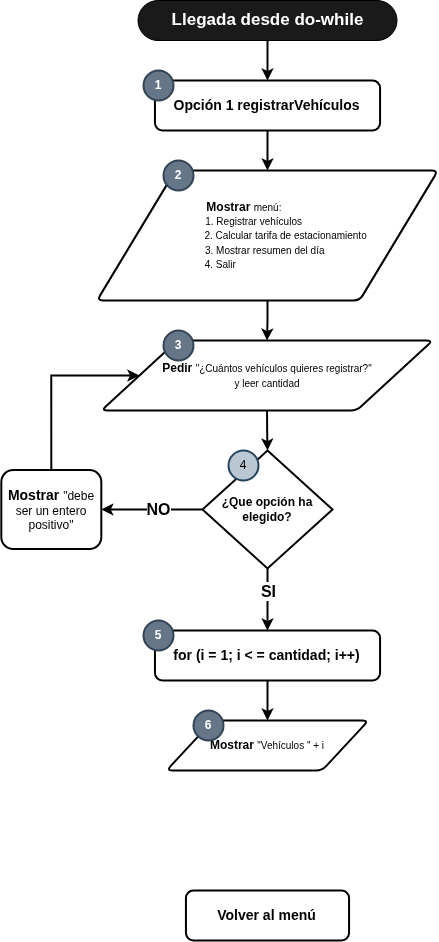
This is diagramas/diagrama3.drawio.png from Dhalsadev/parkin-dam, a draw.io export, as it was before one commit. Source tidied: cells renumbered, new cells last; positions are measured from the earlier drawing's top-left corner, leaving out a move shared by most shapes.
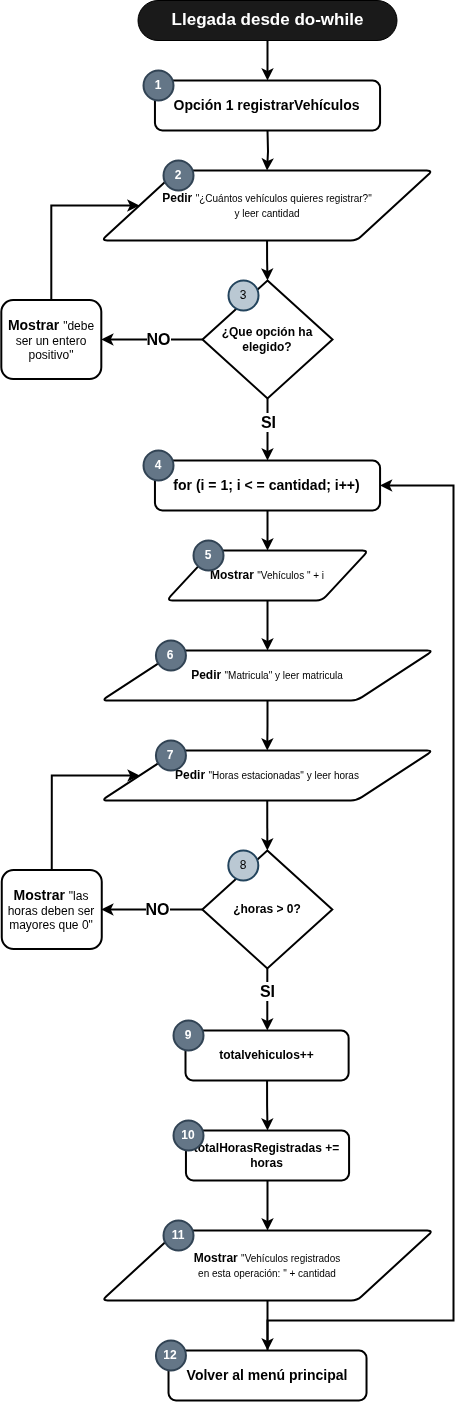
The same diagram one commit later.

Commit message:
Diagramas terminados

Change to the diagram source:
```diff
@@ -4,32 +4,23 @@
     <mxCell id="1" parent="0" />
     <mxCell id="2" style="edgeStyle=orthogonalEdgeStyle;rounded=0;jettySize=auto;html=1;exitX=0.5;exitY=0.5;exitDx=0;exitDy=20;exitPerimeter=0;entryX=0.5;entryY=0;entryDx=0;entryDy=0;fontStyle=1;fontSize=12;strokeWidth=2;" parent="1" edge="1" source="3">
       <mxGeometry relative="1" as="geometry">
-        <mxPoint x="266" y="80" as="targetPoint" />
+        <mxPoint x="266" y="250" as="targetPoint" />
       </mxGeometry>
     </mxCell>
     <mxCell id="3" value="&lt;b&gt;&lt;font style=&quot;font-size: 17px;&quot;&gt;Llegada desde do-while&lt;/font&gt;&lt;/b&gt;" style="html=1;dashed=0;whiteSpace=wrap;shape=mxgraph.dfd.start;fillColor=#1A1A1A;fontColor=#FFFFFF;" parent="1" vertex="1">
-      <mxGeometry x="136.5" width="259" height="40" as="geometry" />
+      <mxGeometry x="136.5" y="170" width="259" height="40" as="geometry" />
     </mxCell>
-    <mxCell id="4" style="edgeStyle=orthogonalEdgeStyle;rounded=0;jettySize=auto;html=1;exitX=0.5;exitY=1;exitDx=0;exitDy=0;entryX=0.5;entryY=0;entryDx=0;entryDy=0;strokeWidth=2;" parent="1" edge="1" source="5" target="10">
-      <mxGeometry relative="1" as="geometry" />
+    <mxCell id="4" style="edgeStyle=orthogonalEdgeStyle;rounded=0;jettySize=auto;html=1;exitX=0.5;exitY=1;exitDx=0;exitDy=0;entryX=0.5;entryY=0;entryDx=0;entryDy=0;strokeWidth=2;" parent="1" edge="1" target="10">
+      <mxGeometry relative="1" as="geometry">
+        <mxPoint x="266" y="300" as="sourcePoint" />
+      </mxGeometry>
     </mxCell>
-    <mxCell id="5" value="&lt;font style=&quot;&quot;&gt;&lt;b style=&quot;font-size: 12px;&quot;&gt;Mostrar &lt;/b&gt;&lt;font size=&quot;1&quot;&gt;menú:&amp;nbsp; &amp;nbsp; &amp;nbsp; &amp;nbsp; &amp;nbsp; &amp;nbsp; &amp;nbsp; &amp;nbsp; &amp;nbsp;&lt;br&gt;1. Registrar vehículos&amp;nbsp; &amp;nbsp; &amp;nbsp; &amp;nbsp; &amp;nbsp;&amp;nbsp;&lt;br&gt;&amp;nbsp; &amp;nbsp; &amp;nbsp; &amp;nbsp; &amp;nbsp; &amp;nbsp; &amp;nbsp;2. Calcular tarifa de estacionamiento&lt;br&gt;3. Mostrar resumen del día&amp;nbsp;&amp;nbsp;&lt;br&gt;4. Salir&amp;nbsp; &amp;nbsp; &amp;nbsp; &amp;nbsp; &amp;nbsp; &amp;nbsp; &amp;nbsp; &amp;nbsp; &amp;nbsp; &amp;nbsp; &amp;nbsp; &amp;nbsp; &amp;nbsp; &amp;nbsp; &amp;nbsp; &amp;nbsp; &amp;nbsp;&amp;nbsp;&lt;br&gt;&lt;/font&gt;&lt;/font&gt;" style="shape=parallelogram;html=1;strokeWidth=2;perimeter=parallelogramPerimeter;whiteSpace=wrap;rounded=1;arcSize=12;size=0.23;" parent="1" vertex="1">
-      <mxGeometry x="95.5" y="170" width="341" height="130" as="geometry" />
-    </mxCell>
-    <mxCell id="6" style="edgeStyle=orthogonalEdgeStyle;rounded=0;jettySize=auto;html=1;exitX=0.5;exitY=1;exitDx=0;exitDy=0;entryX=0.5;entryY=0;entryDx=0;entryDy=0;strokeWidth=2;" parent="1" edge="1" source="7">
-      <mxGeometry relative="1" as="geometry">
-        <mxPoint x="266" y="170" as="targetPoint" />
-      </mxGeometry>
-    </mxCell>
     <mxCell id="7" value="&lt;b style=&quot;font-size: 14px;&quot;&gt;Opción 1 registrarVehículos&lt;/b&gt;" style="rounded=1;whiteSpace=wrap;html=1;strokeWidth=2;" parent="1" vertex="1">
-      <mxGeometry x="153.4" y="80" width="225.1" height="50" as="geometry" />
+      <mxGeometry x="153.4" y="250" width="225.1" height="50" as="geometry" />
     </mxCell>
     <mxCell id="8" value="1" style="strokeWidth=2;html=1;shape=mxgraph.flowchart.start_2;whiteSpace=wrap;fillColor=#647687;fontColor=#ffffff;strokeColor=#314354;fontStyle=1;" parent="1" vertex="1">
-      <mxGeometry x="142" y="70" width="30" height="30" as="geometry" />
+      <mxGeometry x="142" y="240" width="30" height="30" as="geometry" />
     </mxCell>
-    <mxCell id="9" value="2" style="strokeWidth=2;html=1;shape=mxgraph.flowchart.start_2;whiteSpace=wrap;fillColor=#647687;fontColor=#ffffff;strokeColor=#314354;fontStyle=1;" parent="1" vertex="1">
-      <mxGeometry x="162" y="160" width="30" height="30" as="geometry" />
-    </mxCell>
     <mxCell id="10" value="&lt;font style=&quot;&quot;&gt;&lt;b style=&quot;font-size: 12px;&quot;&gt;Pedir &lt;/b&gt;&lt;font size=&quot;1&quot;&gt;&quot;¿Cuántos vehículos quieres registrar?&quot;&lt;br&gt;y leer cantidad&lt;br&gt;&lt;/font&gt;&lt;/font&gt;" style="shape=parallelogram;html=1;strokeWidth=2;perimeter=parallelogramPerimeter;whiteSpace=wrap;rounded=1;arcSize=12;size=0.23;" parent="1" vertex="1">
       <mxGeometry x="99.8" y="340" width="331.5" height="70" as="geometry" />
     </mxCell>
@@ -48,17 +39,17 @@
     <mxCell id="15" value="&lt;b&gt;¿Que opción ha elegido?&lt;/b&gt;" style="strokeWidth=2;html=1;shape=mxgraph.flowchart.decision;whiteSpace=wrap;" parent="1" vertex="1">
       <mxGeometry x="201" y="450" width="130" height="118" as="geometry" />
     </mxCell>
-    <mxCell id="16" value="4" style="strokeWidth=2;html=1;shape=mxgraph.flowchart.start_2;whiteSpace=wrap;fillColor=#bac8d3;strokeColor=#23445d;" parent="1" vertex="1">
+    <mxCell id="16" value="3" style="strokeWidth=2;html=1;shape=mxgraph.flowchart.start_2;whiteSpace=wrap;fillColor=#bac8d3;strokeColor=#23445d;" parent="1" vertex="1">
       <mxGeometry x="227" y="450" width="30" height="30" as="geometry" />
     </mxCell>
     <mxCell id="17" style="edgeStyle=orthogonalEdgeStyle;rounded=0;jettySize=auto;html=1;exitX=0.5;exitY=1;exitDx=0;exitDy=0;entryX=0.5;entryY=0;entryDx=0;entryDy=0;entryPerimeter=0;strokeWidth=2;" parent="1" edge="1" source="10" target="15">
       <mxGeometry relative="1" as="geometry" />
     </mxCell>
-    <mxCell id="18" value="3" style="strokeWidth=2;html=1;shape=mxgraph.flowchart.start_2;whiteSpace=wrap;fillColor=#647687;fontColor=#ffffff;strokeColor=#314354;fontStyle=1;" parent="1" vertex="1">
-      <mxGeometry x="162" y="330" width="30" height="30" as="geometry" />
-    </mxCell>
+    <mxCell id="27" style="edgeStyle=orthogonalEdgeStyle;rounded=0;jettySize=auto;html=1;exitX=0.5;exitY=1;exitDx=0;exitDy=0;entryX=0.5;entryY=0;entryDx=0;entryDy=0;strokeWidth=2;" parent="1" edge="1" source="19" target="46">
+      <mxGeometry relative="1" as="geometry" />
+    </mxCell>
-    <mxCell id="19" value="&lt;b style=&quot;font-size: 14px;&quot;&gt;Volver al menú&lt;/b&gt;" style="rounded=1;whiteSpace=wrap;html=1;strokeWidth=2;" parent="1" vertex="1">
-      <mxGeometry x="184.4" y="890" width="163.1" height="50" as="geometry" />
+    <mxCell id="19" value="&lt;b style=&quot;&quot;&gt;&lt;font style=&quot;font-size: 12px;&quot;&gt;totalvehiculos++&lt;/font&gt;&lt;/b&gt;" style="rounded=1;whiteSpace=wrap;html=1;strokeWidth=2;" parent="1" vertex="1">
+      <mxGeometry x="184" y="1200" width="163.1" height="50" as="geometry" />
     </mxCell>
     <mxCell id="20" style="edgeStyle=orthogonalEdgeStyle;rounded=0;jettySize=auto;html=1;exitX=0.5;exitY=0;exitDx=0;exitDy=0;entryX=0;entryY=0.5;entryDx=0;entryDy=0;strokeWidth=2;" parent="1" edge="1" source="21" target="10">
       <mxGeometry relative="1" as="geometry">
@@ -76,14 +67,106 @@
     <mxCell id="23" value="&lt;font style=&quot;font-size: 14px;&quot;&gt;&lt;b&gt;for (i = 1; i &amp;lt; = cantidad; i++)&lt;/b&gt;&lt;/font&gt;" style="rounded=1;whiteSpace=wrap;html=1;strokeWidth=2;" parent="1" vertex="1">
       <mxGeometry x="153.4" y="630" width="225.1" height="50" as="geometry" />
     </mxCell>
-    <mxCell id="24" value="5" style="strokeWidth=2;html=1;shape=mxgraph.flowchart.start_2;whiteSpace=wrap;fillColor=#647687;fontColor=#ffffff;strokeColor=#314354;fontStyle=1;" parent="1" vertex="1">
+    <mxCell id="24" value="4" style="strokeWidth=2;html=1;shape=mxgraph.flowchart.start_2;whiteSpace=wrap;fillColor=#647687;fontColor=#ffffff;strokeColor=#314354;fontStyle=1;" parent="1" vertex="1">
       <mxGeometry x="142" y="620" width="30" height="30" as="geometry" />
     </mxCell>
+    <mxCell id="28" style="edgeStyle=orthogonalEdgeStyle;rounded=0;jettySize=auto;html=1;exitX=0.5;exitY=1;exitDx=0;exitDy=0;entryX=0.5;entryY=0;entryDx=0;entryDy=0;strokeWidth=2;" parent="1" edge="1" source="25" target="30">
+      <mxGeometry relative="1" as="geometry" />
+    </mxCell>
     <mxCell id="25" value="&lt;font style=&quot;&quot;&gt;&lt;b style=&quot;font-size: 12px;&quot;&gt;Mostrar&amp;nbsp;&lt;/b&gt;&lt;font size=&quot;1&quot;&gt;&quot;Vehículos &quot; + i&lt;br&gt;&lt;/font&gt;&lt;/font&gt;" style="shape=parallelogram;html=1;strokeWidth=2;perimeter=parallelogramPerimeter;whiteSpace=wrap;rounded=1;arcSize=12;size=0.23;" parent="1" vertex="1">
       <mxGeometry x="165" y="720" width="202" height="50" as="geometry" />
     </mxCell>
-    <mxCell id="26" value="6" style="strokeWidth=2;html=1;shape=mxgraph.flowchart.start_2;whiteSpace=wrap;fillColor=#647687;fontColor=#ffffff;strokeColor=#314354;fontStyle=1;" parent="1" vertex="1">
+    <mxCell id="26" value="5" style="strokeWidth=2;html=1;shape=mxgraph.flowchart.start_2;whiteSpace=wrap;fillColor=#647687;fontColor=#ffffff;strokeColor=#314354;fontStyle=1;" parent="1" vertex="1">
       <mxGeometry x="192" y="710" width="30" height="30" as="geometry" />
     </mxCell>
+    <mxCell id="29" style="edgeStyle=orthogonalEdgeStyle;rounded=0;jettySize=auto;html=1;exitX=0.5;exitY=1;exitDx=0;exitDy=0;entryX=0.5;entryY=0;entryDx=0;entryDy=0;strokeWidth=2;" parent="1" edge="1" source="30" target="31">
+      <mxGeometry relative="1" as="geometry" />
+    </mxCell>
+    <mxCell id="30" value="&lt;font style=&quot;&quot;&gt;&lt;b style=&quot;font-size: 12px;&quot;&gt;Pedir &lt;/b&gt;&lt;font size=&quot;1&quot;&gt;&quot;Matricula&quot; y leer matricula&lt;br&gt;&lt;/font&gt;&lt;/font&gt;" style="shape=parallelogram;html=1;strokeWidth=2;perimeter=parallelogramPerimeter;whiteSpace=wrap;rounded=1;arcSize=12;size=0.23;" parent="1" vertex="1">
+      <mxGeometry x="100.3" y="820" width="331.5" height="50" as="geometry" />
+    </mxCell>
+    <mxCell id="31" value="&lt;font style=&quot;&quot;&gt;&lt;b style=&quot;font-size: 12px;&quot;&gt;Pedir &lt;/b&gt;&lt;font size=&quot;1&quot;&gt;&quot;Horas estacionadas&quot; y leer horas&lt;br&gt;&lt;/font&gt;&lt;/font&gt;" style="shape=parallelogram;html=1;strokeWidth=2;perimeter=parallelogramPerimeter;whiteSpace=wrap;rounded=1;arcSize=12;size=0.23;" parent="1" vertex="1">
+      <mxGeometry x="100" y="920" width="331.5" height="50" as="geometry" />
+    </mxCell>
+    <mxCell id="32" value="6" style="strokeWidth=2;html=1;shape=mxgraph.flowchart.start_2;whiteSpace=wrap;fillColor=#647687;fontColor=#ffffff;strokeColor=#314354;fontStyle=1;" parent="1" vertex="1">
+      <mxGeometry x="154.4" y="810" width="30" height="30" as="geometry" />
+    </mxCell>
+    <mxCell id="33" value="7" style="strokeWidth=2;html=1;shape=mxgraph.flowchart.start_2;whiteSpace=wrap;fillColor=#647687;fontColor=#ffffff;strokeColor=#314354;fontStyle=1;" parent="1" vertex="1">
+      <mxGeometry x="154.4" y="910" width="30" height="30" as="geometry" />
+    </mxCell>
+    <mxCell id="34" style="edgeStyle=orthogonalEdgeStyle;rounded=0;jettySize=auto;html=1;exitX=0;exitY=0.5;exitDx=0;exitDy=0;exitPerimeter=0;entryX=1;entryY=0.5;entryDx=0;entryDy=0;strokeWidth=2;" parent="1" edge="1" source="38">
+      <mxGeometry relative="1" as="geometry">
+        <mxPoint x="99.8" y="1079" as="targetPoint" />
+      </mxGeometry>
+    </mxCell>
+    <mxCell id="35" value="&lt;font size=&quot;1&quot; style=&quot;&quot;&gt;&lt;b style=&quot;font-size: 16px;&quot;&gt;NO&lt;/b&gt;&lt;/font&gt;" style="edgeLabel;html=1;align=center;verticalAlign=middle;" parent="34" vertex="1">
+      <mxGeometry x="-0.11" y="-1" relative="1" as="geometry" />
+    </mxCell>
+    <mxCell id="36" style="edgeStyle=orthogonalEdgeStyle;rounded=0;jettySize=auto;html=1;exitX=0.5;exitY=1;exitDx=0;exitDy=0;exitPerimeter=0;entryX=0.5;entryY=0;entryDx=0;entryDy=0;strokeWidth=2;" parent="1" edge="1" source="38">
+      <mxGeometry relative="1" as="geometry">
+        <mxPoint x="265.8" y="1200" as="targetPoint" />
+      </mxGeometry>
+    </mxCell>
+    <mxCell id="37" value="&lt;font style=&quot;font-size: 16px;&quot;&gt;&lt;b&gt;SI&lt;/b&gt;&lt;/font&gt;" style="edgeLabel;html=1;align=center;verticalAlign=middle;" parent="36" vertex="1">
+      <mxGeometry x="-0.26" relative="1" as="geometry" />
+    </mxCell>
+    <mxCell id="38" value="&lt;b&gt;¿horas &amp;gt; 0?&lt;/b&gt;" style="strokeWidth=2;html=1;shape=mxgraph.flowchart.decision;whiteSpace=wrap;" parent="1" vertex="1">
+      <mxGeometry x="200.8" y="1020" width="130" height="118" as="geometry" />
+    </mxCell>
+    <mxCell id="39" value="8" style="strokeWidth=2;html=1;shape=mxgraph.flowchart.start_2;whiteSpace=wrap;fillColor=#bac8d3;strokeColor=#23445d;" parent="1" vertex="1">
+      <mxGeometry x="226.8" y="1020" width="30" height="30" as="geometry" />
+    </mxCell>
+    <mxCell id="40" style="edgeStyle=orthogonalEdgeStyle;rounded=0;jettySize=auto;html=1;exitX=0.5;exitY=1;exitDx=0;exitDy=0;entryX=0.5;entryY=0;entryDx=0;entryDy=0;entryPerimeter=0;strokeWidth=2;" parent="1" edge="1" source="31" target="38">
+      <mxGeometry relative="1" as="geometry" />
+    </mxCell>
+    <mxCell id="41" style="edgeStyle=orthogonalEdgeStyle;rounded=0;jettySize=auto;html=1;exitX=0.5;exitY=0;exitDx=0;exitDy=0;entryX=1;entryY=0.5;entryDx=0;entryDy=0;strokeWidth=2;" parent="1" edge="1" source="42" target="23">
+      <mxGeometry relative="1" as="geometry">
+        <Array as="points">
+          <mxPoint x="266" y="1490" />
+          <mxPoint x="452" y="1490" />
+          <mxPoint x="452" y="655" />
+        </Array>
+      </mxGeometry>
+    </mxCell>
+    <mxCell id="42" value="&lt;b style=&quot;font-size: 14px;&quot;&gt;Volver al menú principal&lt;/b&gt;" style="rounded=1;whiteSpace=wrap;html=1;strokeWidth=2;" parent="1" vertex="1">
+      <mxGeometry x="167" y="1520" width="198" height="50" as="geometry" />
+    </mxCell>
+    <mxCell id="43" style="edgeStyle=orthogonalEdgeStyle;rounded=0;jettySize=auto;html=1;exitX=0.5;exitY=0;exitDx=0;exitDy=0;entryX=0;entryY=0.5;entryDx=0;entryDy=0;strokeWidth=2;" parent="1" edge="1" source="44" target="31">
+      <mxGeometry relative="1" as="geometry">
+        <Array as="points">
+          <mxPoint x="50" y="945" />
+        </Array>
+      </mxGeometry>
+    </mxCell>
+    <mxCell id="44" value="&lt;b style=&quot;font-size: 14px;&quot;&gt;Mostrar &lt;/b&gt;&lt;font style=&quot;font-size: 12px;&quot;&gt;&quot;las horas deben ser mayores que 0&quot;&lt;/font&gt;" style="rounded=1;whiteSpace=wrap;html=1;strokeWidth=2;" parent="1" vertex="1">
+      <mxGeometry x="0.3" y="1039.5" width="100" height="79" as="geometry" />
+    </mxCell>
+    <mxCell id="45" style="edgeStyle=orthogonalEdgeStyle;rounded=0;jettySize=auto;html=1;exitX=0.5;exitY=1;exitDx=0;exitDy=0;entryX=0.5;entryY=0;entryDx=0;entryDy=0;strokeWidth=2;" parent="1" edge="1" source="46" target="48">
+      <mxGeometry relative="1" as="geometry" />
+    </mxCell>
+    <mxCell id="46" value="&lt;b&gt;totalHorasRegistradas += horas&lt;/b&gt;" style="rounded=1;whiteSpace=wrap;html=1;strokeWidth=2;" parent="1" vertex="1">
+      <mxGeometry x="184.4" y="1300" width="163.1" height="50" as="geometry" />
+    </mxCell>
+    <mxCell id="47" style="edgeStyle=orthogonalEdgeStyle;rounded=0;jettySize=auto;html=1;exitX=0.5;exitY=1;exitDx=0;exitDy=0;entryX=0.5;entryY=0;entryDx=0;entryDy=0;strokeWidth=2;" parent="1" edge="1" source="48" target="42">
+      <mxGeometry relative="1" as="geometry" />
+    </mxCell>
+    <mxCell id="48" value="&lt;font style=&quot;&quot;&gt;&lt;b style=&quot;font-size: 12px;&quot;&gt;Mostrar &lt;/b&gt;&lt;font size=&quot;1&quot;&gt;&quot;Vehículos registrados &lt;br&gt;en esta operación: &quot; + cantidad&lt;br&gt;&lt;/font&gt;&lt;/font&gt;" style="shape=parallelogram;html=1;strokeWidth=2;perimeter=parallelogramPerimeter;whiteSpace=wrap;rounded=1;arcSize=12;size=0.23;" parent="1" vertex="1">
+      <mxGeometry x="100.3" y="1400" width="331.5" height="70" as="geometry" />
+    </mxCell>
+    <mxCell id="49" value="9" style="strokeWidth=2;html=1;shape=mxgraph.flowchart.start_2;whiteSpace=wrap;fillColor=#647687;fontColor=#ffffff;strokeColor=#314354;fontStyle=1;" parent="1" vertex="1">
+      <mxGeometry x="172" y="1190" width="30" height="30" as="geometry" />
+    </mxCell>
+    <mxCell id="50" value="10" style="strokeWidth=2;html=1;shape=mxgraph.flowchart.start_2;whiteSpace=wrap;fillColor=#647687;fontColor=#ffffff;strokeColor=#314354;fontStyle=1;" parent="1" vertex="1">
+      <mxGeometry x="172" y="1290" width="30" height="30" as="geometry" />
+    </mxCell>
+    <mxCell id="51" value="11" style="strokeWidth=2;html=1;shape=mxgraph.flowchart.start_2;whiteSpace=wrap;fillColor=#647687;fontColor=#ffffff;strokeColor=#314354;fontStyle=1;" parent="1" vertex="1">
+      <mxGeometry x="162" y="1390" width="30" height="30" as="geometry" />
+    </mxCell>
+    <mxCell id="52" value="12" style="strokeWidth=2;html=1;shape=mxgraph.flowchart.start_2;whiteSpace=wrap;fillColor=#647687;fontColor=#ffffff;strokeColor=#314354;fontStyle=1;" parent="1" vertex="1">
+      <mxGeometry x="154.4" y="1510" width="30" height="30" as="geometry" />
+    </mxCell>
+    <mxCell id="9" value="2" style="strokeWidth=2;html=1;shape=mxgraph.flowchart.start_2;whiteSpace=wrap;fillColor=#647687;fontColor=#ffffff;strokeColor=#314354;fontStyle=1;" parent="1" vertex="1">
+      <mxGeometry x="162" y="330" width="30" height="30" as="geometry" />
+    </mxCell>
   </root>
 </mxGraphModel>
```
